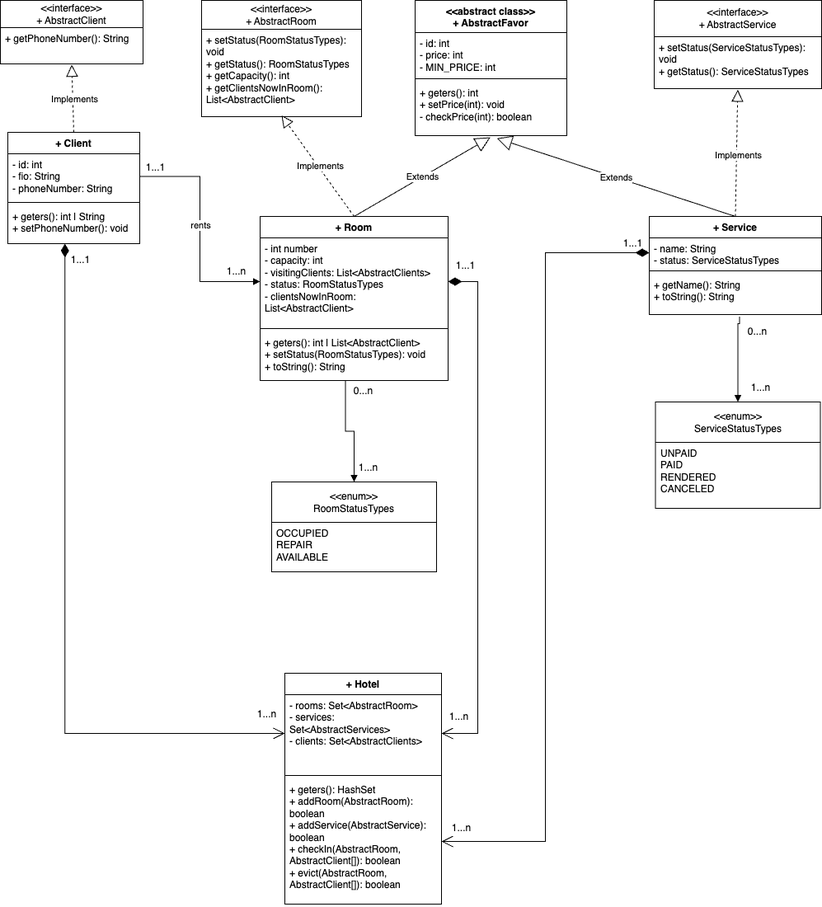
Before: hotelAdmin/src/images/hotel.png, a diagram exported from draw.io (Dmitry-Osipov/hotel). Source tidied: cells renumbered, new cells last; positions are measured from the earlier drawing's top-left corner, leaving out a move shared by most shapes.
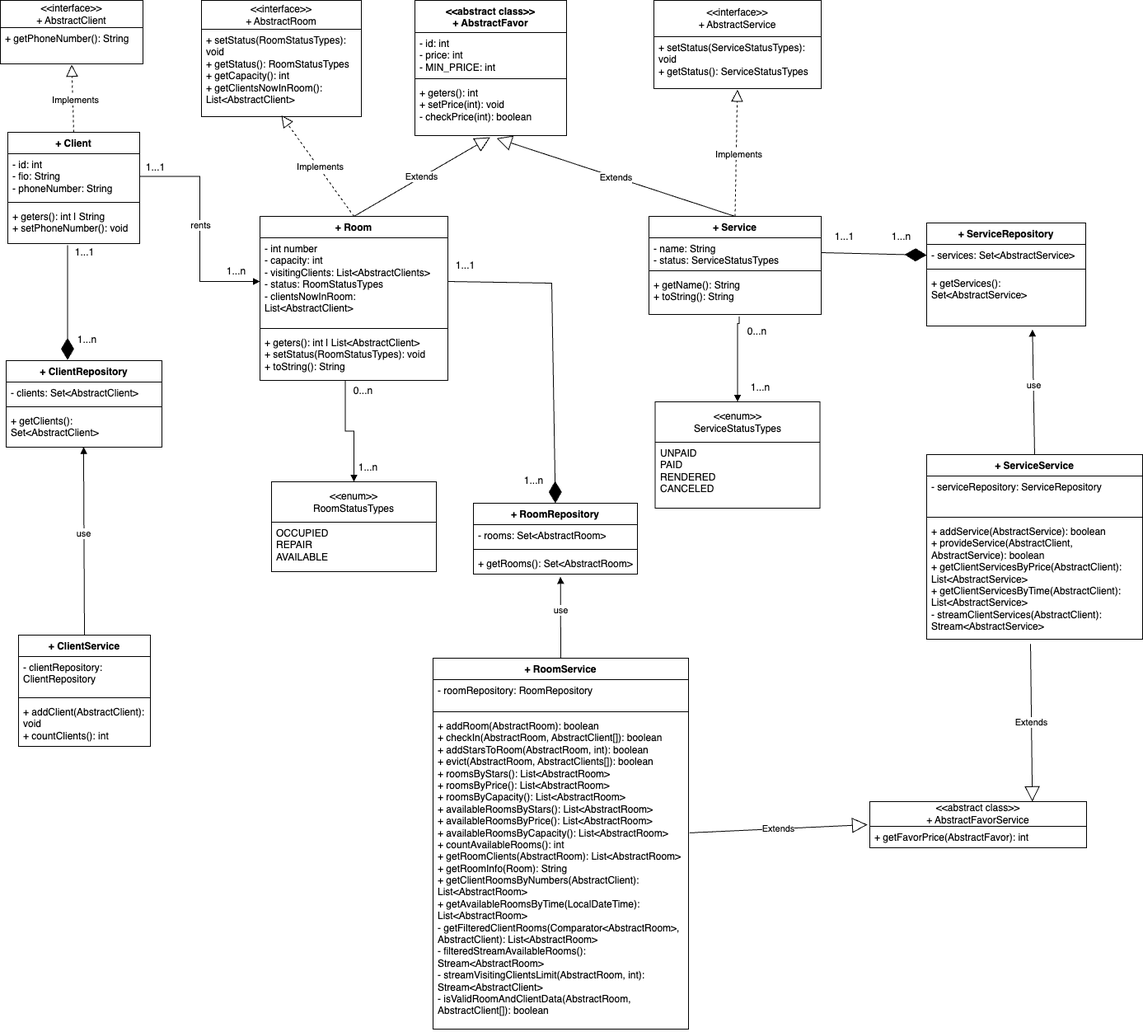
The same file after the commit.

The edit, as a diff of the source:
```diff
@@ -2,18 +2,6 @@
   <root>
     <mxCell id="0" />
     <mxCell id="1" parent="0" />
-    <mxCell id="2" value="+ Hotel" style="swimlane;fontStyle=1;align=center;verticalAlign=top;horizontal=1;startSize=26;whiteSpace=wrap;html=1;" parent="1" vertex="1">
-      <mxGeometry x="345" y="816" width="190" height="280" as="geometry" />
-    </mxCell>
-    <mxCell id="3" value="- rooms: Set&amp;lt;AbstractRoom&amp;gt;&lt;br&gt;- services: Set&amp;lt;AbstractServices&amp;gt;&lt;br&gt;- clients: Set&amp;lt;AbstractClients&amp;gt;" style="text;strokeColor=none;fillColor=none;align=left;verticalAlign=top;spacingLeft=4;spacingRight=4;overflow=hidden;points=[[0,0.5],[1,0.5]];portConstraint=eastwest;whiteSpace=wrap;html=1;" parent="2" vertex="1">
-      <mxGeometry y="26" width="190" height="94" as="geometry" />
-    </mxCell>
-    <mxCell id="4" style="line;strokeWidth=1;fillColor=none;align=left;verticalAlign=middle;spacingTop=-1;spacingLeft=3;spacingRight=3;labelPosition=right;strokeColor=inherit;" parent="2" vertex="1">
-      <mxGeometry y="120" width="190" height="8" as="geometry" />
-    </mxCell>
-    <mxCell id="5" value="+ geters(): HashSet&lt;br&gt;+ addRoom(AbstractRoom): boolean&lt;br&gt;+ addService(AbstractService): boolean&lt;br&gt;+ checkIn(AbstractRoom, AbstractClient[]): boolean&lt;br&gt;+ evict(AbstractRoom, AbstractClient[]): boolean" style="text;strokeColor=none;fillColor=none;align=left;verticalAlign=top;spacingLeft=4;spacingRight=4;overflow=hidden;points=[[0,0.5],[1,0.5]];portConstraint=eastwest;whiteSpace=wrap;html=1;" parent="2" vertex="1">
-      <mxGeometry y="128" width="190" height="152" as="geometry" />
-    </mxCell>
     <mxCell id="6" value="&amp;lt;&amp;lt;interface&amp;gt;&amp;gt;&lt;br&gt;+ AbstractClient" style="swimlane;fontStyle=0;horizontal=1;startSize=33;fillColor=none;whiteSpace=wrap;html=1;" parent="1" vertex="1">
       <mxGeometry width="173" height="77" as="geometry" />
     </mxCell>
@@ -139,37 +127,23 @@
     <mxCell id="45" value="1...n" style="text;html=1;align=center;verticalAlign=middle;strokeColor=none;fillColor=none;" parent="1" vertex="1">
       <mxGeometry x="901" y="457" width="41" height="26" as="geometry" />
     </mxCell>
-    <mxCell id="46" style="endArrow=open;html=1;endSize=12;startArrow=diamondThin;startSize=14;startFill=1;edgeStyle=orthogonalEdgeStyle;align=left;verticalAlign=bottom;rounded=0;exitX=0.433;exitY=1;exitDx=0;exitDy=0;exitPerimeter=0;entryX=0;entryY=0.5;entryDx=0;entryDy=0;" parent="1" edge="1" source="11" target="3">
-      <mxGeometry x="-1" y="3" relative="1" as="geometry" />
-    </mxCell>
     <mxCell id="47" value="1...1" style="text;html=1;align=center;verticalAlign=middle;strokeColor=none;fillColor=none;" parent="1" vertex="1">
-      <mxGeometry x="76" y="302" width="41" height="26" as="geometry" />
+      <mxGeometry x="81" y="293" width="41" height="26" as="geometry" />
     </mxCell>
     <mxCell id="48" value="1...n" style="text;html=1;align=center;verticalAlign=middle;strokeColor=none;fillColor=none;" parent="1" vertex="1">
-      <mxGeometry x="302" y="853" width="41" height="26" as="geometry" />
+      <mxGeometry x="84" y="399" width="41" height="26" as="geometry" />
     </mxCell>
-    <mxCell id="49" style="endArrow=open;html=1;endSize=12;startArrow=diamondThin;startSize=14;startFill=1;edgeStyle=orthogonalEdgeStyle;align=left;verticalAlign=bottom;rounded=0;exitX=1;exitY=0.5;exitDx=0;exitDy=0;entryX=1;entryY=0.5;entryDx=0;entryDy=0;" parent="1" edge="1" source="21" target="3">
-      <mxGeometry x="-1" y="3" relative="1" as="geometry">
-        <Array as="points">
-          <mxPoint x="579" y="341" />
-          <mxPoint x="579" y="889" />
-        </Array>
-      </mxGeometry>
-    </mxCell>
     <mxCell id="50" value="1...n" style="text;html=1;align=center;verticalAlign=middle;strokeColor=none;fillColor=none;" parent="1" vertex="1">
-      <mxGeometry x="535" y="856" width="41" height="26" as="geometry" />
+      <mxGeometry x="1072" y="274" width="41" height="26" as="geometry" />
     </mxCell>
     <mxCell id="51" value="1...1" style="text;html=1;align=center;verticalAlign=middle;strokeColor=none;fillColor=none;" parent="1" vertex="1">
       <mxGeometry x="543" y="308.5" width="41" height="26" as="geometry" />
     </mxCell>
-    <mxCell id="52" style="endArrow=open;html=1;endSize=12;startArrow=diamondThin;startSize=14;startFill=1;edgeStyle=orthogonalEdgeStyle;align=left;verticalAlign=bottom;rounded=0;exitX=0;exitY=0.5;exitDx=0;exitDy=0;entryX=1;entryY=0.5;entryDx=0;entryDy=0;" parent="1" edge="1" source="30" target="5">
-      <mxGeometry x="-1" y="3" relative="1" as="geometry" />
-    </mxCell>
     <mxCell id="53" value="1...n" style="text;html=1;align=center;verticalAlign=middle;strokeColor=none;fillColor=none;" parent="1" vertex="1">
-      <mxGeometry x="538" y="991" width="41" height="26" as="geometry" />
+      <mxGeometry x="626" y="570" width="41" height="26" as="geometry" />
     </mxCell>
     <mxCell id="54" value="1...1" style="text;html=1;align=center;verticalAlign=middle;strokeColor=none;fillColor=none;" parent="1" vertex="1">
-      <mxGeometry x="746" y="282" width="41" height="26" as="geometry" />
+      <mxGeometry x="1003" y="274" width="41" height="26" as="geometry" />
     </mxCell>
     <mxCell id="55" style="endArrow=block;endFill=1;html=1;edgeStyle=orthogonalEdgeStyle;align=left;verticalAlign=top;rounded=0;exitX=1;exitY=0.5;exitDx=0;exitDy=0;entryX=0;entryY=0.5;entryDx=0;entryDy=0;" parent="1" edge="1" source="9" target="21">
       <mxGeometry x="-1" relative="1" as="geometry" />
@@ -185,5 +159,113 @@
     <mxCell id="58" value="1...n" style="text;html=1;align=center;verticalAlign=middle;strokeColor=none;fillColor=none;" parent="1" vertex="1">
       <mxGeometry x="265" y="316" width="41" height="26" as="geometry" />
     </mxCell>
+    <mxCell id="59" value="+ ClientRepository" style="swimlane;fontStyle=1;align=center;verticalAlign=top;horizontal=1;startSize=26;whiteSpace=wrap;html=1;" parent="1" vertex="1">
+      <mxGeometry x="7" y="437" width="189" height="105" as="geometry" />
+    </mxCell>
+    <mxCell id="60" value="- clients: Set&amp;lt;AbstractClient&amp;gt;" style="text;strokeColor=none;fillColor=none;align=left;verticalAlign=top;spacingLeft=4;spacingRight=4;overflow=hidden;whiteSpace=wrap;html=1;" parent="59" vertex="1">
+      <mxGeometry y="26" width="189" height="26" as="geometry" />
+    </mxCell>
+    <mxCell id="61" style="line;strokeWidth=1;fillColor=none;align=left;verticalAlign=middle;spacingTop=-1;spacingLeft=3;spacingRight=3;labelPosition=right;strokeColor=inherit;" parent="59" vertex="1">
+      <mxGeometry y="52" width="189" height="8" as="geometry" />
+    </mxCell>
+    <mxCell id="62" value="+ getClients(): Set&amp;lt;AbstractClient&amp;gt;" style="text;strokeColor=none;fillColor=none;align=left;verticalAlign=top;spacingLeft=4;spacingRight=4;overflow=hidden;points=[[0,0.5],[1,0.5]];portConstraint=eastwest;whiteSpace=wrap;html=1;" parent="59" vertex="1">
+      <mxGeometry y="60" width="189" height="45" as="geometry" />
+    </mxCell>
+    <mxCell id="63" style="endArrow=diamondThin;endFill=1;endSize=24;html=1;rounded=0;entryX=0.394;entryY=-0.007;entryDx=0;entryDy=0;entryPerimeter=0;exitX=0.453;exitY=1.043;exitDx=0;exitDy=0;exitPerimeter=0;" parent="1" edge="1" source="11" target="59">
+      <mxGeometry relative="1" as="geometry" />
+    </mxCell>
+    <mxCell id="64" value="+ RoomRepository" style="swimlane;fontStyle=1;align=center;verticalAlign=top;horizontal=1;startSize=26;whiteSpace=wrap;html=1;" parent="1" vertex="1">
+      <mxGeometry x="574" y="610" width="199" height="86" as="geometry" />
+    </mxCell>
+    <mxCell id="65" value="- rooms: Set&amp;lt;AbstractRoom&amp;gt;" style="text;strokeColor=none;fillColor=none;align=left;verticalAlign=top;spacingLeft=4;spacingRight=4;overflow=hidden;whiteSpace=wrap;html=1;" parent="64" vertex="1">
+      <mxGeometry y="26" width="199" height="26" as="geometry" />
+    </mxCell>
+    <mxCell id="66" style="line;strokeWidth=1;fillColor=none;align=left;verticalAlign=middle;spacingTop=-1;spacingLeft=3;spacingRight=3;labelPosition=right;strokeColor=inherit;" parent="64" vertex="1">
+      <mxGeometry y="52" width="199" height="8" as="geometry" />
+    </mxCell>
+    <mxCell id="67" value="+ getRooms(): Set&amp;lt;AbstractRoom&amp;gt;" style="text;strokeColor=none;fillColor=none;align=left;verticalAlign=top;spacingLeft=4;spacingRight=4;overflow=hidden;points=[[0,0.5],[1,0.5]];portConstraint=eastwest;whiteSpace=wrap;html=1;" parent="64" vertex="1">
+      <mxGeometry y="60" width="199" height="26" as="geometry" />
+    </mxCell>
+    <mxCell id="68" style="endArrow=diamondThin;endFill=1;endSize=24;html=1;rounded=0;entryX=0.5;entryY=0;entryDx=0;entryDy=0;exitX=1;exitY=0.5;exitDx=0;exitDy=0;" parent="1" edge="1" source="21" target="64">
+      <mxGeometry relative="1" as="geometry">
+        <Array as="points">
+          <mxPoint x="669" y="343" />
+        </Array>
+      </mxGeometry>
+    </mxCell>
+    <mxCell id="69" value="+ ServiceRepository" style="swimlane;fontStyle=1;align=center;verticalAlign=top;horizontal=1;startSize=26;whiteSpace=wrap;html=1;" parent="1" vertex="1">
+      <mxGeometry x="1124" y="270" width="193" height="125" as="geometry" />
+    </mxCell>
+    <mxCell id="70" value="- services: Set&amp;lt;AbstractService&amp;gt;" style="text;strokeColor=none;fillColor=none;align=left;verticalAlign=top;spacingLeft=4;spacingRight=4;overflow=hidden;points=[[0,0.5],[1,0.5]];portConstraint=eastwest;whiteSpace=wrap;html=1;" parent="69" vertex="1">
+      <mxGeometry y="26" width="193" height="26" as="geometry" />
+    </mxCell>
+    <mxCell id="71" style="line;strokeWidth=1;fillColor=none;align=left;verticalAlign=middle;spacingTop=-1;spacingLeft=3;spacingRight=3;labelPosition=right;strokeColor=inherit;" parent="69" vertex="1">
+      <mxGeometry y="52" width="193" height="8" as="geometry" />
+    </mxCell>
+    <mxCell id="72" value="+ getServices(): Set&amp;lt;AbstractService&amp;gt;" style="text;strokeColor=none;fillColor=none;align=left;verticalAlign=top;spacingLeft=4;spacingRight=4;overflow=hidden;points=[[0,0.5],[1,0.5]];portConstraint=eastwest;whiteSpace=wrap;html=1;" parent="69" vertex="1">
+      <mxGeometry y="60" width="193" height="65" as="geometry" />
+    </mxCell>
+    <mxCell id="73" style="endArrow=diamondThin;endFill=1;endSize=24;html=1;rounded=0;entryX=0;entryY=0.5;entryDx=0;entryDy=0;exitX=1;exitY=0.5;exitDx=0;exitDy=0;" parent="1" edge="1" source="30" target="70">
+      <mxGeometry relative="1" as="geometry" />
+    </mxCell>
+    <mxCell id="74" value="+ ClientService" style="swimlane;fontStyle=1;align=center;verticalAlign=top;horizontal=1;startSize=26;whiteSpace=wrap;html=1;" parent="1" vertex="1">
+      <mxGeometry x="22" y="770" width="160" height="135" as="geometry" />
+    </mxCell>
+    <mxCell id="75" value="- clientRepository: ClientRepository" style="text;strokeColor=none;fillColor=none;align=left;verticalAlign=top;spacingLeft=4;spacingRight=4;overflow=hidden;whiteSpace=wrap;html=1;" parent="74" vertex="1">
+      <mxGeometry y="26" width="160" height="46" as="geometry" />
+    </mxCell>
+    <mxCell id="76" style="line;strokeWidth=1;fillColor=none;align=left;verticalAlign=middle;spacingTop=-1;spacingLeft=3;spacingRight=3;labelPosition=right;strokeColor=inherit;" parent="74" vertex="1">
+      <mxGeometry y="72" width="160" height="8" as="geometry" />
+    </mxCell>
+    <mxCell id="77" value="+ addClient(AbstractClient): void&lt;br&gt;+ countClients(): int" style="text;strokeColor=none;fillColor=none;align=left;verticalAlign=top;spacingLeft=4;spacingRight=4;overflow=hidden;whiteSpace=wrap;html=1;" parent="74" vertex="1">
+      <mxGeometry y="80" width="160" height="55" as="geometry" />
+    </mxCell>
+    <mxCell id="78" value="use" style="html=1;verticalAlign=bottom;endArrow=block;curved=0;rounded=0;exitX=0.5;exitY=0;exitDx=0;exitDy=0;entryX=0.497;entryY=0.994;entryDx=0;entryDy=0;entryPerimeter=0;" parent="1" edge="1" source="74" target="62">
+      <mxGeometry relative="1" as="geometry" />
+    </mxCell>
+    <mxCell id="79" value="+ RoomService" style="swimlane;fontStyle=1;align=center;verticalAlign=top;horizontal=1;startSize=26;whiteSpace=wrap;html=1;" parent="1" vertex="1">
+      <mxGeometry x="525" y="798" width="310" height="450" as="geometry" />
+    </mxCell>
+    <mxCell id="80" value="- roomRepository: RoomRepository" style="text;strokeColor=none;fillColor=none;align=left;verticalAlign=top;spacingLeft=4;spacingRight=4;overflow=hidden;whiteSpace=wrap;html=1;" parent="79" vertex="1">
+      <mxGeometry y="26" width="310" height="35" as="geometry" />
+    </mxCell>
+    <mxCell id="81" style="line;strokeWidth=1;fillColor=none;align=left;verticalAlign=middle;spacingTop=-1;spacingLeft=3;spacingRight=3;labelPosition=right;strokeColor=inherit;" parent="79" vertex="1">
+      <mxGeometry y="61" width="310" height="8" as="geometry" />
+    </mxCell>
+    <mxCell id="82" value="+ addRoom(AbstractRoom): boolean&lt;br&gt;+ checkIn(AbstractRoom, AbstractClient[]): boolean&lt;br&gt;+ addStarsToRoom(AbstractRoom, int): boolean&lt;br&gt;+ evict(AbstractRoom, AbstractClients[]): boolean&lt;br&gt;+ roomsByStars(): List&amp;lt;AbstractRoom&amp;gt;&lt;br&gt;+ roomsByPrice(): List&amp;lt;AbstractRoom&amp;gt;&lt;br&gt;+ roomsByCapacity(): List&amp;lt;AbstractRoom&amp;gt;&lt;br&gt;+ availableRoomsByStars(): List&amp;lt;AbstractRoom&amp;gt;&lt;br&gt;+ availableRoomsByPrice(): List&amp;lt;AbstractRoom&amp;gt;&lt;br&gt;+ availableRoomsByCapacity(): List&amp;lt;AbstractRoom&amp;gt;&lt;br&gt;+ countAvailableRooms(): int&lt;br&gt;+ getRoomClients(AbstractRoom): List&amp;lt;AbstractRoom&amp;gt;&lt;br&gt;+ getRoomInfo(Room): String&lt;br&gt;+ getClientRoomsByNumbers(AbstractClient): List&amp;lt;AbstractRoom&amp;gt;&lt;br&gt;+ getAvailableRoomsByTime(LocalDateTime): List&amp;lt;AbstractRoom&amp;gt;&lt;br&gt;- getFilteredClientRooms(Comparator&amp;lt;AbstractRoom&amp;gt;, AbstractClient): List&amp;lt;AbstractRoom&amp;gt;&lt;br&gt;- filteredStreamAvailableRooms(): Stream&amp;lt;AbstractRoom&amp;gt;&lt;br&gt;- streamVisitingClientsLimit(AbstractRoom, int): Stream&amp;lt;AbstractClient&amp;gt;&lt;br&gt;- isValidRoomAndClientData(AbstractRoom, AbstractClient[]): boolean" style="text;strokeColor=none;fillColor=none;align=left;verticalAlign=top;spacingLeft=4;spacingRight=4;overflow=hidden;points=[[0,0.5],[1,0.5]];portConstraint=eastwest;whiteSpace=wrap;html=1;" parent="79" vertex="1">
+      <mxGeometry y="69" width="310" height="381" as="geometry" />
+    </mxCell>
+    <mxCell id="83" value="use" style="html=1;verticalAlign=bottom;endArrow=block;curved=0;rounded=0;exitX=0.5;exitY=0;exitDx=0;exitDy=0;entryX=0.531;entryY=1.125;entryDx=0;entryDy=0;entryPerimeter=0;" parent="1" edge="1" source="79" target="67">
+      <mxGeometry relative="1" as="geometry" />
+    </mxCell>
+    <mxCell id="84" value="+ ServiceService" style="swimlane;fontStyle=1;align=center;verticalAlign=top;horizontal=1;startSize=26;whiteSpace=wrap;html=1;" parent="1" vertex="1">
+      <mxGeometry x="1124" y="551" width="262" height="224" as="geometry" />
+    </mxCell>
+    <mxCell id="85" value="- serviceRepository: ServiceRepository" style="text;strokeColor=none;fillColor=none;align=left;verticalAlign=top;spacingLeft=4;spacingRight=4;overflow=hidden;whiteSpace=wrap;html=1;" parent="84" vertex="1">
+      <mxGeometry y="26" width="262" height="46" as="geometry" />
+    </mxCell>
+    <mxCell id="86" style="line;strokeWidth=1;fillColor=none;align=left;verticalAlign=middle;spacingTop=-1;spacingLeft=3;spacingRight=3;labelPosition=right;strokeColor=inherit;" parent="84" vertex="1">
+      <mxGeometry y="72" width="262" height="8" as="geometry" />
+    </mxCell>
+    <mxCell id="87" value="+ addService(AbstractService): boolean&lt;br&gt;+ provideService(AbstractClient, AbstractService): boolean&lt;br&gt;+ getClientServicesByPrice(AbstractClient): List&amp;lt;AbstractService&amp;gt;&lt;br&gt;+ getClientServicesByTime(AbstractClient): List&amp;lt;AbstractService&amp;gt;&lt;br&gt;- streamClientServices(AbstractClient): Stream&amp;lt;AbstractService&amp;gt;" style="text;strokeColor=none;fillColor=none;align=left;verticalAlign=top;spacingLeft=4;spacingRight=4;overflow=hidden;points=[[0,0.5],[1,0.5]];portConstraint=eastwest;whiteSpace=wrap;html=1;" parent="84" vertex="1">
+      <mxGeometry y="80" width="262" height="144" as="geometry" />
+    </mxCell>
+    <mxCell id="88" value="use" style="html=1;verticalAlign=bottom;endArrow=block;curved=0;rounded=0;exitX=0.5;exitY=0;exitDx=0;exitDy=0;entryX=0.665;entryY=1.065;entryDx=0;entryDy=0;entryPerimeter=0;" parent="1" edge="1" source="84" target="72">
+      <mxGeometry relative="1" as="geometry" />
+    </mxCell>
+    <mxCell id="89" value="&amp;lt;&amp;lt;abstract class&amp;gt;&amp;gt;&lt;br&gt;+ AbstractFavorService" style="swimlane;fontStyle=0;horizontal=1;startSize=30;fillColor=none;whiteSpace=wrap;html=1;" parent="1" vertex="1">
+      <mxGeometry x="1055" y="972" width="263" height="56" as="geometry" />
+    </mxCell>
+    <mxCell id="90" value="+ getFavorPrice(AbstractFavor): int" style="text;strokeColor=none;fillColor=none;align=left;verticalAlign=top;spacingLeft=4;spacingRight=4;overflow=hidden;whiteSpace=wrap;html=1;" parent="89" vertex="1">
+      <mxGeometry y="30" width="263" height="26" as="geometry" />
+    </mxCell>
+    <mxCell id="91" value="Extends" style="endArrow=block;endSize=16;endFill=0;html=1;rounded=0;exitX=1.004;exitY=0.375;exitDx=0;exitDy=0;exitPerimeter=0;" parent="1" edge="1" source="82">
+      <mxGeometry relative="1" as="geometry">
+        <mxPoint x="1052" y="1000" as="targetPoint" />
+      </mxGeometry>
+    </mxCell>
+    <mxCell id="92" value="Extends" style="endArrow=block;endSize=16;endFill=0;html=1;rounded=0;entryX=0.75;entryY=0;entryDx=0;entryDy=0;exitX=0.481;exitY=1.04;exitDx=0;exitDy=0;exitPerimeter=0;" parent="1" edge="1" source="87" target="89">
+      <mxGeometry relative="1" as="geometry" />
+    </mxCell>
   </root>
 </mxGraphModel>
```
